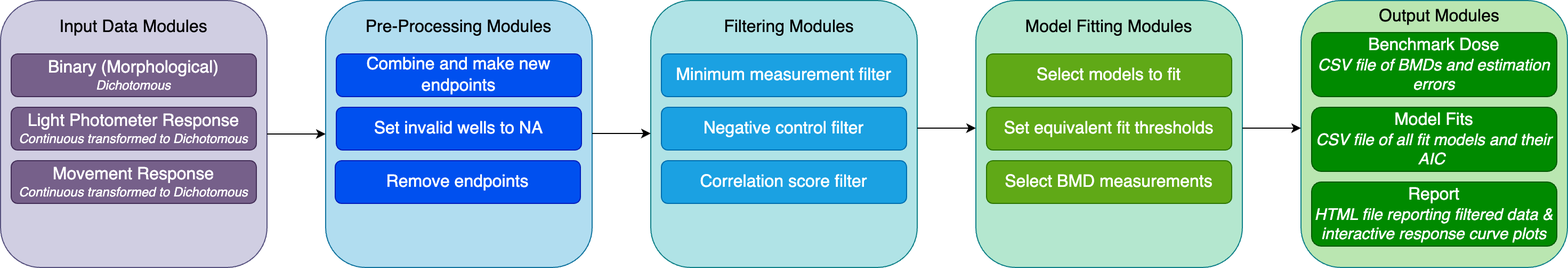
This is bmdrc.png from PNNL-CompBio/bmdrc, a draw.io export, as it was before one commit. Source tidied: cells renumbered, new cells last; positions are measured from the earlier drawing's top-left corner, leaving out a move shared by most shapes.
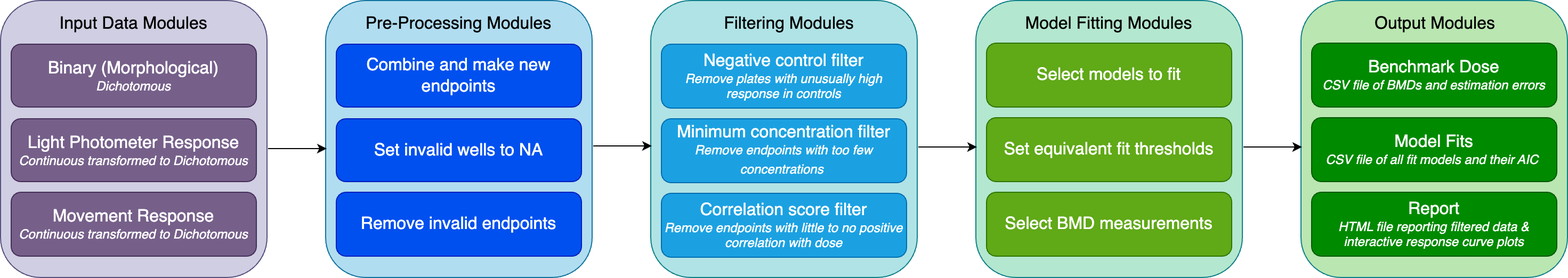
The same diagram one commit later.

What changed in the source:
```diff
@@ -3,100 +3,106 @@
     <mxCell id="0" />
     <mxCell id="1" parent="0" />
     <mxCell id="2" style="rounded=1;whiteSpace=wrap;html=1;fillColor=#BAE6B1;strokeColor=#0e8088;" parent="1" vertex="1">
-      <mxGeometry x="1220" width="250" height="250" as="geometry" />
+      <mxGeometry x="1220" width="250" height="260" as="geometry" />
     </mxCell>
     <mxCell id="3" value="&lt;span style=&quot;font-size: 16px;&quot;&gt;Output Modules&lt;/span&gt;" style="text;html=1;align=center;verticalAlign=middle;whiteSpace=wrap;rounded=0;" parent="1" vertex="1">
-      <mxGeometry x="1250" width="200" height="30" as="geometry" />
+      <mxGeometry x="1246" y="7" width="200" height="30" as="geometry" />
     </mxCell>
     <mxCell id="4" style="rounded=1;whiteSpace=wrap;html=1;fillColor=#d0cee2;strokeColor=#56517e;" parent="1" vertex="1">
-      <mxGeometry width="250" height="250" as="geometry" />
+      <mxGeometry width="250" height="260" as="geometry" />
     </mxCell>
     <mxCell id="5" value="&lt;font style=&quot;&quot;&gt;&lt;span style=&quot;font-size: 16px;&quot;&gt;Binary (Morphological)&lt;/span&gt;&lt;br&gt;&lt;i style=&quot;&quot;&gt;&lt;font style=&quot;font-size: 12px;&quot;&gt;Dichotomous&lt;/font&gt;&lt;/i&gt;&lt;/font&gt;" style="rounded=1;whiteSpace=wrap;html=1;fontSize=12;glass=0;strokeWidth=1;shadow=0;fillColor=#76608a;fontColor=#ffffff;strokeColor=#432D57;" parent="1" vertex="1">
-      <mxGeometry x="10" y="50" width="230" height="40" as="geometry" />
+      <mxGeometry x="10" y="41" width="230" height="59" as="geometry" />
     </mxCell>
     <mxCell id="6" value="&lt;font style=&quot;&quot;&gt;&lt;span style=&quot;font-size: 16px;&quot;&gt;Light Photometer Response&lt;/span&gt;&lt;br&gt;&lt;i style=&quot;&quot;&gt;&lt;font style=&quot;font-size: 12px;&quot;&gt;Continuous transformed to Dichotomous&lt;/font&gt;&lt;/i&gt;&lt;/font&gt;" style="rounded=1;whiteSpace=wrap;html=1;fontSize=12;glass=0;strokeWidth=1;shadow=0;fillColor=#76608a;fontColor=#ffffff;strokeColor=#432D57;" parent="1" vertex="1">
-      <mxGeometry x="10" y="100" width="230" height="40" as="geometry" />
+      <mxGeometry x="10" y="111" width="230" height="59" as="geometry" />
     </mxCell>
     <mxCell id="7" value="&lt;font style=&quot;&quot;&gt;&lt;span style=&quot;font-size: 16px;&quot;&gt;Movement Response&lt;/span&gt;&lt;br&gt;&lt;i style=&quot;&quot;&gt;&lt;font style=&quot;font-size: 12px;&quot;&gt;Continuous transformed to Dichotomous&lt;/font&gt;&lt;/i&gt;&lt;/font&gt;" style="rounded=1;whiteSpace=wrap;html=1;fontSize=12;glass=0;strokeWidth=1;shadow=0;fillColor=#76608a;fontColor=#ffffff;strokeColor=#432D57;" parent="1" vertex="1">
-      <mxGeometry x="10" y="150" width="230" height="40" as="geometry" />
+      <mxGeometry x="10" y="180" width="230" height="60" as="geometry" />
     </mxCell>
     <mxCell id="8" value="&lt;span style=&quot;font-size: 16px;&quot;&gt;Input Data Modules&lt;/span&gt;" style="text;html=1;align=center;verticalAlign=middle;whiteSpace=wrap;rounded=0;" parent="1" vertex="1">
-      <mxGeometry x="50" y="10" width="150" height="30" as="geometry" />
+      <mxGeometry x="50" y="7" width="150" height="30" as="geometry" />
     </mxCell>
-    <mxCell id="9" value="&lt;font style=&quot;&quot;&gt;&lt;span style=&quot;font-size: 16px;&quot;&gt;Benchmark Dose&lt;/span&gt;&lt;br&gt;&lt;i style=&quot;&quot;&gt;&lt;font style=&quot;font-size: 15px;&quot;&gt;CSV file of BMDs and estimation errors&lt;/font&gt;&lt;/i&gt;&lt;/font&gt;" style="rounded=1;whiteSpace=wrap;html=1;fontSize=12;glass=0;strokeWidth=1;shadow=0;fillColor=#008a00;fontColor=#ffffff;strokeColor=#005700;" parent="1" vertex="1">
-      <mxGeometry x="1230" y="30" width="230" height="60" as="geometry" />
+    <mxCell id="9" value="&lt;font style=&quot;&quot;&gt;&lt;span style=&quot;font-size: 16px;&quot;&gt;Benchmark Dose&lt;/span&gt;&lt;br&gt;&lt;i style=&quot;&quot;&gt;&lt;font style=&quot;font-size: 12px;&quot;&gt;CSV file of BMDs and estimation errors&lt;/font&gt;&lt;/i&gt;&lt;/font&gt;" style="rounded=1;whiteSpace=wrap;html=1;fontSize=12;glass=0;strokeWidth=1;shadow=0;fillColor=#008a00;fontColor=#ffffff;strokeColor=#005700;" parent="1" vertex="1">
+      <mxGeometry x="1230" y="40" width="230" height="60" as="geometry" />
     </mxCell>
-    <mxCell id="10" value="&lt;font style=&quot;&quot;&gt;&lt;span style=&quot;font-size: 16px;&quot;&gt;Model Fits&lt;/span&gt;&lt;br&gt;&lt;i style=&quot;&quot;&gt;&lt;font style=&quot;font-size: 15px;&quot;&gt;CSV file of all fit models and their AIC&amp;nbsp;&lt;/font&gt;&lt;/i&gt;&lt;/font&gt;" style="rounded=1;whiteSpace=wrap;html=1;fontSize=12;glass=0;strokeWidth=1;shadow=0;fillColor=#008a00;fontColor=#ffffff;strokeColor=#005700;" parent="1" vertex="1">
-      <mxGeometry x="1230" y="100" width="230" height="60" as="geometry" />
+    <mxCell id="10" value="&lt;font style=&quot;&quot;&gt;&lt;span style=&quot;font-size: 16px;&quot;&gt;Model Fits&lt;/span&gt;&lt;br&gt;&lt;i style=&quot;&quot;&gt;&lt;font style=&quot;font-size: 12px;&quot;&gt;&lt;font style=&quot;&quot;&gt;CSV file of all fit models and their AIC&lt;/font&gt;&lt;font style=&quot;&quot;&gt;&amp;nbsp;&lt;/font&gt;&lt;/font&gt;&lt;/i&gt;&lt;/font&gt;" style="rounded=1;whiteSpace=wrap;html=1;fontSize=12;glass=0;strokeWidth=1;shadow=0;fillColor=#008a00;fontColor=#ffffff;strokeColor=#005700;" parent="1" vertex="1">
+      <mxGeometry x="1230" y="110" width="230" height="60" as="geometry" />
     </mxCell>
-    <mxCell id="11" value="&lt;font style=&quot;&quot;&gt;&lt;span style=&quot;font-size: 16px;&quot;&gt;Report&lt;/span&gt;&lt;br&gt;&lt;i style=&quot;&quot;&gt;&lt;font style=&quot;font-size: 15px;&quot;&gt;HTML file reporting filtered data &amp;amp; interactive response curve plots&lt;/font&gt;&lt;/i&gt;&lt;/font&gt;" style="rounded=1;whiteSpace=wrap;html=1;fontSize=12;glass=0;strokeWidth=1;shadow=0;fillColor=#008a00;fontColor=#ffffff;strokeColor=#005700;" parent="1" vertex="1">
-      <mxGeometry x="1230" y="170" width="230" height="60" as="geometry" />
+    <mxCell id="11" value="&lt;font style=&quot;&quot;&gt;&lt;span style=&quot;font-size: 16px;&quot;&gt;Report&lt;/span&gt;&lt;br&gt;&lt;i style=&quot;&quot;&gt;&lt;font style=&quot;font-size: 12px;&quot;&gt;HTML file reporting filtered data &amp;amp; interactive response curve plots&lt;/font&gt;&lt;/i&gt;&lt;/font&gt;" style="rounded=1;whiteSpace=wrap;html=1;fontSize=12;glass=0;strokeWidth=1;shadow=0;fillColor=#008a00;fontColor=#ffffff;strokeColor=#005700;" parent="1" vertex="1">
+      <mxGeometry x="1230" y="180" width="230" height="60" as="geometry" />
     </mxCell>
     <mxCell id="12" style="rounded=1;whiteSpace=wrap;html=1;fillColor=#b1ddf0;strokeColor=#10739e;" parent="1" vertex="1">
-      <mxGeometry x="305" width="250" height="250" as="geometry" />
+      <mxGeometry x="305" width="250" height="260" as="geometry" />
     </mxCell>
     <mxCell id="13" value="&lt;span style=&quot;font-size: 16px;&quot;&gt;Pre-Processing Modules&lt;/span&gt;" style="text;html=1;align=center;verticalAlign=middle;whiteSpace=wrap;rounded=0;" parent="1" vertex="1">
-      <mxGeometry x="330" y="10" width="200" height="30" as="geometry" />
+      <mxGeometry x="330" y="7" width="200" height="30" as="geometry" />
     </mxCell>
     <mxCell id="14" value="&lt;span style=&quot;font-size: 16px;&quot;&gt;Combine and make new endpoints&lt;/span&gt;" style="rounded=1;whiteSpace=wrap;html=1;fontSize=12;glass=0;strokeWidth=1;shadow=0;fillColor=#0050ef;fontColor=#ffffff;strokeColor=#001DBC;" parent="1" vertex="1">
-      <mxGeometry x="315" y="50" width="230" height="40" as="geometry" />
+      <mxGeometry x="315" y="41" width="230" height="59" as="geometry" />
     </mxCell>
     <mxCell id="15" value="&lt;span style=&quot;font-size: 16px;&quot;&gt;Set invalid wells to NA&lt;/span&gt;" style="rounded=1;whiteSpace=wrap;html=1;fontSize=12;glass=0;strokeWidth=1;shadow=0;fillColor=#0050ef;fontColor=#ffffff;strokeColor=#001DBC;" parent="1" vertex="1">
-      <mxGeometry x="315" y="100" width="230" height="40" as="geometry" />
+      <mxGeometry x="315" y="111" width="230" height="59" as="geometry" />
     </mxCell>
-    <mxCell id="16" style="endArrow=classic;html=1;rounded=0;exitX=1;exitY=0.5;exitDx=0;exitDy=0;entryX=0;entryY=0.5;entryDx=0;entryDy=0;" parent="1" edge="1" source="4" target="12">
-      <mxGeometry relative="1" as="geometry" />
+    <mxCell id="16" style="endArrow=classic;html=1;rounded=0;exitX=1;exitY=0.5;exitDx=0;exitDy=0;entryX=0;entryY=0.5;entryDx=0;entryDy=0;" parent="1" edge="1">
+      <mxGeometry relative="1" as="geometry">
+        <mxPoint x="251" y="139" as="sourcePoint" />
+        <mxPoint x="306" y="139" as="targetPoint" />
+        <Array as="points">
+          <mxPoint x="281" y="139" />
+        </Array>
+      </mxGeometry>
     </mxCell>
     <mxCell id="17" style="rounded=1;whiteSpace=wrap;html=1;fillColor=#b0e3e6;strokeColor=#0e8088;" parent="1" vertex="1">
-      <mxGeometry x="610" width="250" height="250" as="geometry" />
+      <mxGeometry x="610" width="250" height="260" as="geometry" />
     </mxCell>
     <mxCell id="18" style="endArrow=classic;html=1;rounded=0;exitX=1;exitY=0.5;exitDx=0;exitDy=0;entryX=0;entryY=0.5;entryDx=0;entryDy=0;" parent="1" edge="1">
       <mxGeometry relative="1" as="geometry">
-        <mxPoint x="555" y="124.5" as="sourcePoint" />
-        <mxPoint x="610" y="124.5" as="targetPoint" />
+        <mxPoint x="556" y="136.5" as="sourcePoint" />
+        <mxPoint x="611" y="136.5" as="targetPoint" />
       </mxGeometry>
     </mxCell>
     <mxCell id="19" value="&lt;span style=&quot;font-size: 16px;&quot;&gt;Filtering Modules&lt;/span&gt;" style="text;html=1;align=center;verticalAlign=middle;whiteSpace=wrap;rounded=0;" parent="1" vertex="1">
-      <mxGeometry x="640" y="10" width="200" height="30" as="geometry" />
+      <mxGeometry x="640" y="7" width="200" height="30" as="geometry" />
     </mxCell>
-    <mxCell id="20" value="&lt;span style=&quot;font-size: 16px;&quot;&gt;Minimum measurement filter&lt;/span&gt;" style="rounded=1;whiteSpace=wrap;html=1;fontSize=12;glass=0;strokeWidth=1;shadow=0;fillColor=#1ba1e2;fontColor=#ffffff;strokeColor=#006EAF;" parent="1" vertex="1">
-      <mxGeometry x="620" y="50" width="230" height="40" as="geometry" />
+    <mxCell id="20" value="&lt;span style=&quot;font-size: 16px;&quot;&gt;Negative control filter&lt;/span&gt;&lt;br&gt;&lt;i style=&quot;&quot;&gt;&lt;font style=&quot;font-size: 12px;&quot;&gt;Remove plates with unusually high response in controls&lt;/font&gt;&lt;/i&gt;" style="rounded=1;whiteSpace=wrap;html=1;fontSize=12;glass=0;strokeWidth=1;shadow=0;fillColor=#1ba1e2;fontColor=#ffffff;strokeColor=#006EAF;" parent="1" vertex="1">
+      <mxGeometry x="620" y="41" width="230" height="60" as="geometry" />
     </mxCell>
-    <mxCell id="21" value="&lt;span style=&quot;font-size: 16px;&quot;&gt;Negative control filter&lt;/span&gt;" style="rounded=1;whiteSpace=wrap;html=1;fontSize=12;glass=0;strokeWidth=1;shadow=0;fillColor=#1ba1e2;fontColor=#ffffff;strokeColor=#006EAF;" parent="1" vertex="1">
-      <mxGeometry x="620" y="100" width="230" height="40" as="geometry" />
+    <mxCell id="21" value="&lt;font style=&quot;&quot;&gt;&lt;font style=&quot;font-size: 16px;&quot;&gt;Minimum concentration filter&lt;/font&gt;&lt;br&gt;&lt;/font&gt;&lt;i style=&quot;border-color: var(--border-color);&quot;&gt;&lt;font style=&quot;border-color: var(--border-color); font-size: 12px;&quot;&gt;Remove endpoints with too few concentrations&amp;nbsp;&lt;/font&gt;&lt;/i&gt;&lt;span style=&quot;font-size: 16px;&quot;&gt;&lt;br&gt;&lt;/span&gt;" style="rounded=1;whiteSpace=wrap;html=1;fontSize=12;glass=0;strokeWidth=1;shadow=0;fillColor=#1ba1e2;fontColor=#ffffff;strokeColor=#006EAF;" parent="1" vertex="1">
+      <mxGeometry x="620" y="111" width="230" height="60" as="geometry" />
     </mxCell>
-    <mxCell id="22" value="&lt;span style=&quot;font-size: 16px;&quot;&gt;Correlation score filter&lt;/span&gt;" style="rounded=1;whiteSpace=wrap;html=1;fontSize=12;glass=0;strokeWidth=1;shadow=0;fillColor=#1ba1e2;fontColor=#ffffff;strokeColor=#006EAF;" parent="1" vertex="1">
-      <mxGeometry x="620" y="150" width="230" height="40" as="geometry" />
+    <mxCell id="22" value="&lt;span style=&quot;font-size: 16px;&quot;&gt;Correlation score filter&lt;/span&gt;&lt;br&gt;&lt;font style=&quot;font-size: 12px;&quot;&gt;&lt;i&gt;Remove endpoints with little to no positive correlation with dose&lt;/i&gt;&lt;/font&gt;" style="rounded=1;whiteSpace=wrap;html=1;fontSize=12;glass=0;strokeWidth=1;shadow=0;fillColor=#1ba1e2;fontColor=#ffffff;strokeColor=#006EAF;" parent="1" vertex="1">
+      <mxGeometry x="620" y="181" width="230" height="60" as="geometry" />
     </mxCell>
     <mxCell id="23" style="rounded=1;whiteSpace=wrap;html=1;fillColor=#B4E7CF;strokeColor=#0e8088;" parent="1" vertex="1">
-      <mxGeometry x="915" width="250" height="250" as="geometry" />
+      <mxGeometry x="915" width="250" height="260" as="geometry" />
     </mxCell>
     <mxCell id="24" style="endArrow=classic;html=1;rounded=0;exitX=1;exitY=0.5;exitDx=0;exitDy=0;entryX=0;entryY=0.5;entryDx=0;entryDy=0;" parent="1" edge="1">
       <mxGeometry relative="1" as="geometry">
-        <mxPoint x="860" y="119.5" as="sourcePoint" />
-        <mxPoint x="915" y="119.5" as="targetPoint" />
+        <mxPoint x="861" y="137.5" as="sourcePoint" />
+        <mxPoint x="916" y="137.5" as="targetPoint" />
       </mxGeometry>
     </mxCell>
     <mxCell id="25" value="&lt;span style=&quot;font-size: 16px;&quot;&gt;Model Fitting Modules&lt;/span&gt;" style="text;html=1;align=center;verticalAlign=middle;whiteSpace=wrap;rounded=0;" parent="1" vertex="1">
-      <mxGeometry x="940" y="10" width="200" height="30" as="geometry" />
+      <mxGeometry x="940" y="7" width="200" height="30" as="geometry" />
     </mxCell>
     <mxCell id="26" value="&lt;span style=&quot;font-size: 16px;&quot;&gt;Select models to fit&lt;/span&gt;" style="rounded=1;whiteSpace=wrap;html=1;fontSize=12;glass=0;strokeWidth=1;shadow=0;fillColor=#60a917;fontColor=#ffffff;strokeColor=#2D7600;" parent="1" vertex="1">
-      <mxGeometry x="925" y="50" width="230" height="40" as="geometry" />
+      <mxGeometry x="925" y="40" width="230" height="60" as="geometry" />
     </mxCell>
     <mxCell id="27" value="&lt;span style=&quot;font-size: 16px;&quot;&gt;Set equivalent fit thresholds&lt;/span&gt;" style="rounded=1;whiteSpace=wrap;html=1;fontSize=12;glass=0;strokeWidth=1;shadow=0;fillColor=#60a917;fontColor=#ffffff;strokeColor=#2D7600;" parent="1" vertex="1">
-      <mxGeometry x="925" y="100" width="230" height="40" as="geometry" />
+      <mxGeometry x="925" y="110" width="230" height="60" as="geometry" />
     </mxCell>
     <mxCell id="28" value="&lt;span style=&quot;font-size: 16px;&quot;&gt;Select BMD measurements&lt;/span&gt;" style="rounded=1;whiteSpace=wrap;html=1;fontSize=12;glass=0;strokeWidth=1;shadow=0;fillColor=#60a917;fontColor=#ffffff;strokeColor=#2D7600;" parent="1" vertex="1">
-      <mxGeometry x="925" y="150" width="230" height="40" as="geometry" />
+      <mxGeometry x="925" y="180" width="230" height="60" as="geometry" />
     </mxCell>
     <mxCell id="29" style="endArrow=classic;html=1;rounded=0;exitX=1;exitY=0.5;exitDx=0;exitDy=0;entryX=0;entryY=0.5;entryDx=0;entryDy=0;" parent="1" edge="1">
       <mxGeometry relative="1" as="geometry">
-        <mxPoint x="1165" y="119.5" as="sourcePoint" />
-        <mxPoint x="1220" y="119.5" as="targetPoint" />
+        <mxPoint x="1166" y="137.5" as="sourcePoint" />
+        <mxPoint x="1221" y="137.5" as="targetPoint" />
       </mxGeometry>
     </mxCell>
-    <mxCell id="30" value="&lt;span style=&quot;font-size: 16px;&quot;&gt;Remove endpoints&lt;/span&gt;" style="rounded=1;whiteSpace=wrap;html=1;fontSize=12;glass=0;strokeWidth=1;shadow=0;fillColor=#0050ef;fontColor=#ffffff;strokeColor=#001DBC;" parent="1" vertex="1">
-      <mxGeometry x="314" y="150" width="230" height="40" as="geometry" />
+    <mxCell id="30" value="&lt;span style=&quot;font-size: 16px;&quot;&gt;Remove invalid endpoints&lt;/span&gt;" style="rounded=1;whiteSpace=wrap;html=1;fontSize=12;glass=0;strokeWidth=1;shadow=0;fillColor=#0050ef;fontColor=#ffffff;strokeColor=#001DBC;" parent="1" vertex="1">
+      <mxGeometry x="315" y="180" width="230" height="60" as="geometry" />
     </mxCell>
   </root>
 </mxGraphModel>
```
